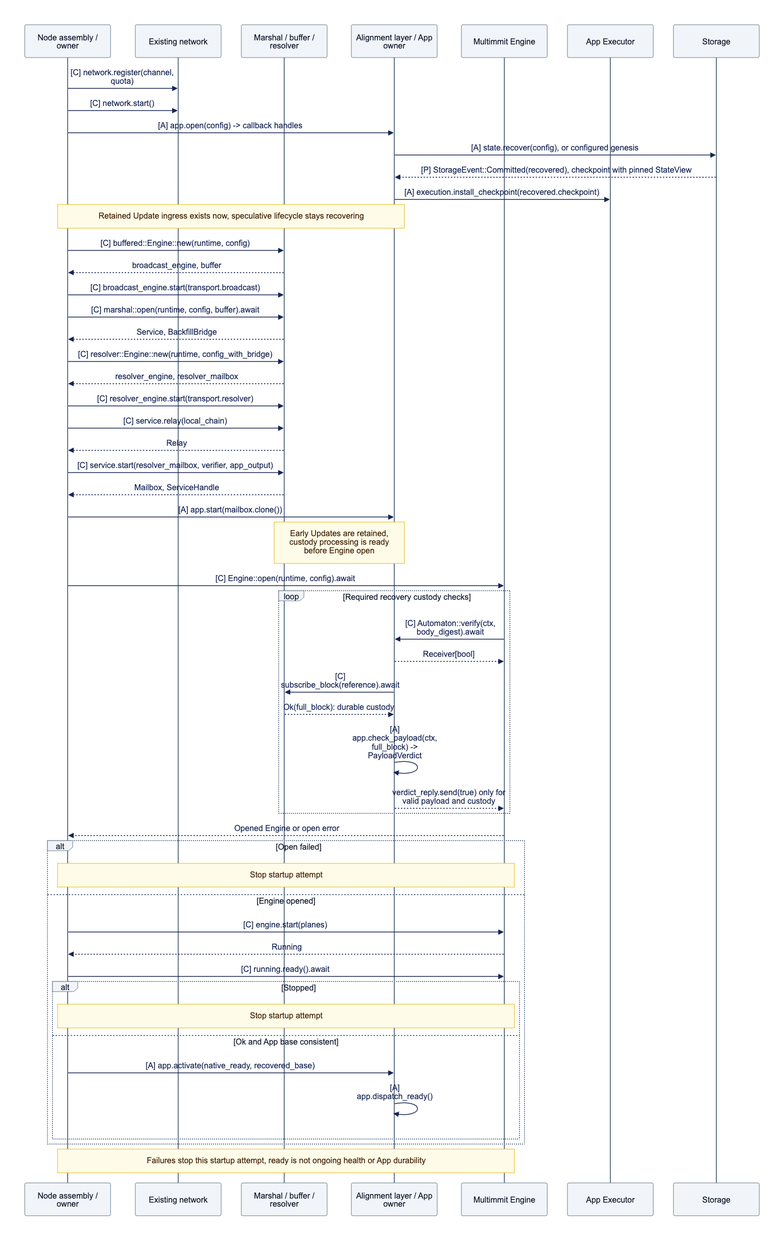
Above: docs/assets/diagrams/diagram-13.png in djm07073/baton (Mermaid), before the change. Its source is kept beside it as docs/assets/diagrams/diagram-13.mmd. Source of this version:
```mermaid
sequenceDiagram
    participant O as Node assembly / owner
    participant W as Existing network
    participant M as Marshal / buffer / resolver
    participant A as Alignment layer / App owner
    participant N as Multimmit Engine
    participant E as App Executor
    participant S as Storage
    O->>W: [C] network.register(channel, quota)
    O->>W: [C] network.start()
    O->>A: [A] app.open(config) -> callback handles
    A->>S: [A] state.recover(config), or configured genesis
    S-->>A: [P] StorageEvent::Committed(recovered), checkpoint with pinned StateView
    A->>E: [A] execution.install_checkpoint(recovered.checkpoint)
    Note over O,A: Retained Update ingress exists now, speculative lifecycle stays recovering
    O->>M: [C] buffered::Engine::new(runtime, config)
    M-->>O: broadcast_engine, buffer
    O->>M: [C] broadcast_engine.start(transport.broadcast)
    O->>M: [C] marshal::open(runtime, config, buffer).await
    M-->>O: Service, BackfillBridge
    O->>M: [C] resolver::Engine::new(runtime, config_with_bridge)
    M-->>O: resolver_engine, resolver_mailbox
    O->>M: [C] resolver_engine.start(transport.resolver)
    O->>M: [C] service.relay(local_chain)
    M-->>O: Relay
    O->>M: [C] service.start(resolver_mailbox, verifier, app_output)
    M-->>O: Mailbox, ServiceHandle
    O->>A: [A] app.start(mailbox.clone())
    Note over M,A: Early Updates are retained, custody processing is ready before Engine open
    O->>N: [C] Engine::open(runtime, config).await
    loop Required recovery custody checks
        N->>A: [C] Automaton::verify(ctx, body_digest).await
        A-->>N: Receiver[bool]
        A->>M: [C] subscribe_block(reference).await
        M-->>A: Ok(full_block): durable custody
        A->>A: [A] app.check_payload(ctx, full_block) -> PayloadVerdict
        A-->>N: verdict_reply.send(true) only for valid payload and custody
    end
    N-->>O: Opened Engine or open error
    alt Open failed
        Note over O,N: Stop startup attempt
    else Engine opened
        O->>N: [C] engine.start(planes)
        N-->>O: Running
        O->>N: [C] running.ready().await
        alt Stopped
            Note over O,N: Stop startup attempt
        else Ok and App base consistent
            O->>A: [A] app.activate(native_ready, recovered_base)
            A->>A: [A] app.dispatch_ready()
        end
    end
    Note over O,N: Failures stop this startup attempt, ready is not ongoing health or App durability
```
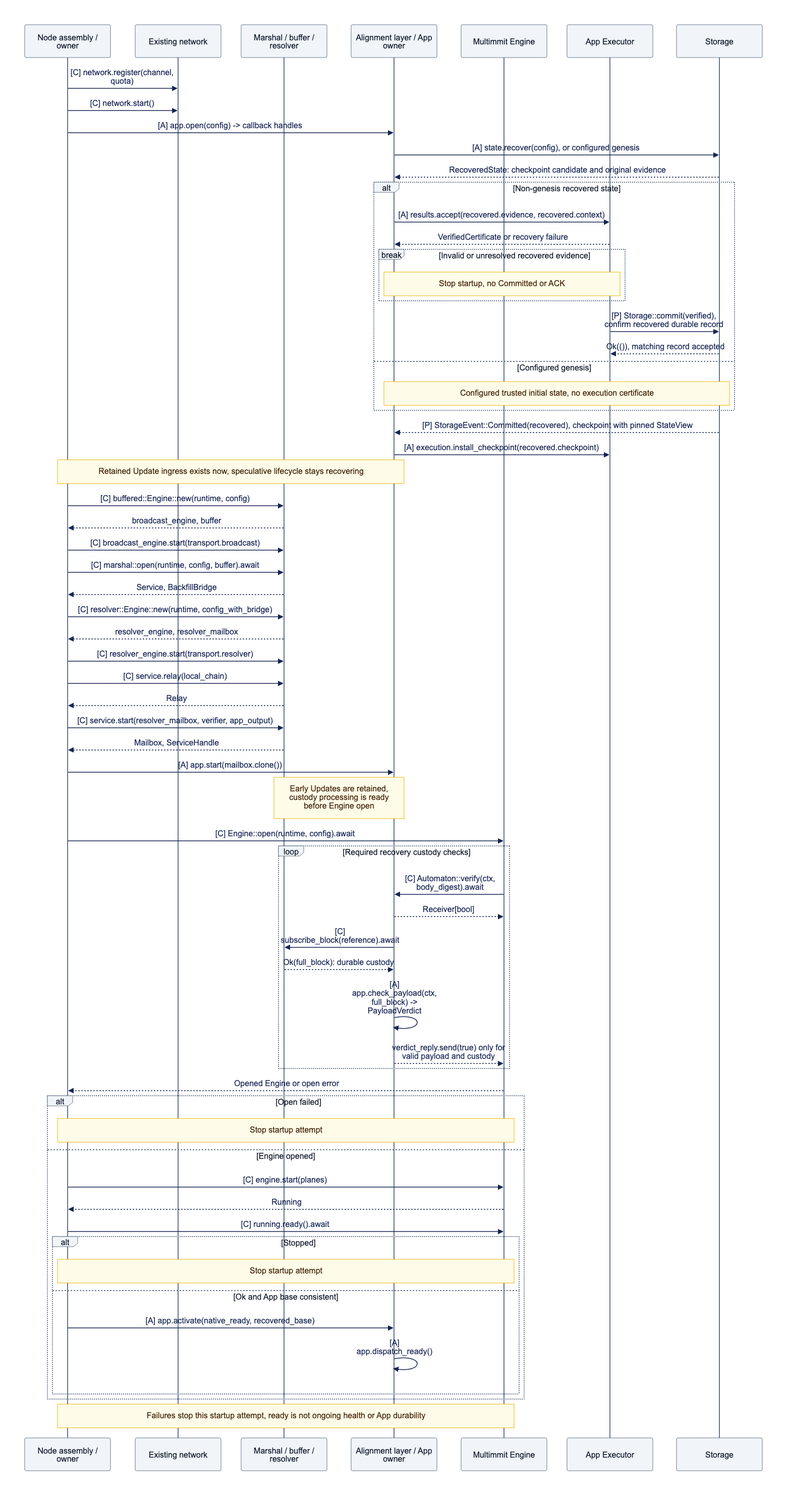
Later version of the same file.

Change to the diagram source:
```diff
@@ -10,6 +10,18 @@
     O->>W: [C] network.start()
     O->>A: [A] app.open(config) -> callback handles
     A->>S: [A] state.recover(config), or configured genesis
+    S-->>A: RecoveredState: checkpoint candidate and original evidence
+    alt Non-genesis recovered state
+        A->>E: [A] results.accept(recovered.evidence, recovered.context)
+        E-->>A: VerifiedCertificate or recovery failure
+        break Invalid or unresolved recovered evidence
+            Note over A,E: Stop startup, no Committed or ACK
+        end
+        E->>S: [P] Storage::commit(verified), confirm recovered durable record
+        S-->>E: Ok(()), matching record accepted
+    else Configured genesis
+        Note over A,S: Configured trusted initial state, no execution certificate
+    end
     S-->>A: [P] StorageEvent::Committed(recovered), checkpoint with pinned StateView
     A->>E: [A] execution.install_checkpoint(recovered.checkpoint)
     Note over O,A: Retained Update ingress exists now, speculative lifecycle stays recovering
```
